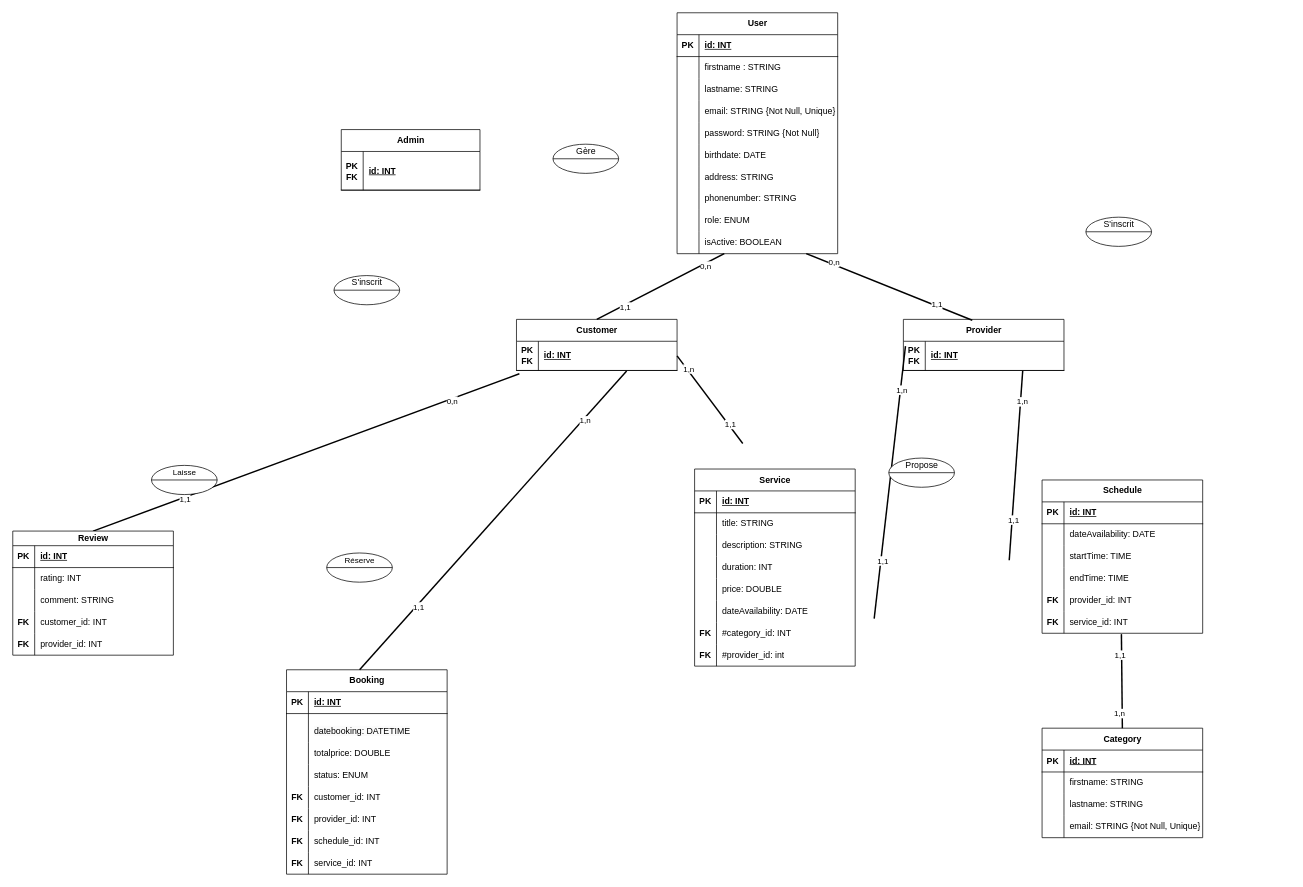
Before: BB_diagrams_entite.drawio in Steony/BeautyBookerApp, a draw.io diagram. Source tidied: cells renumbered, new cells numbered last; positions are measured from the earlier drawing's top-left corner, leaving out a move shared by most shapes. Both pictures are drawn from the tidied source at 73%, with x=0, y=0 at pixel (12, 12).
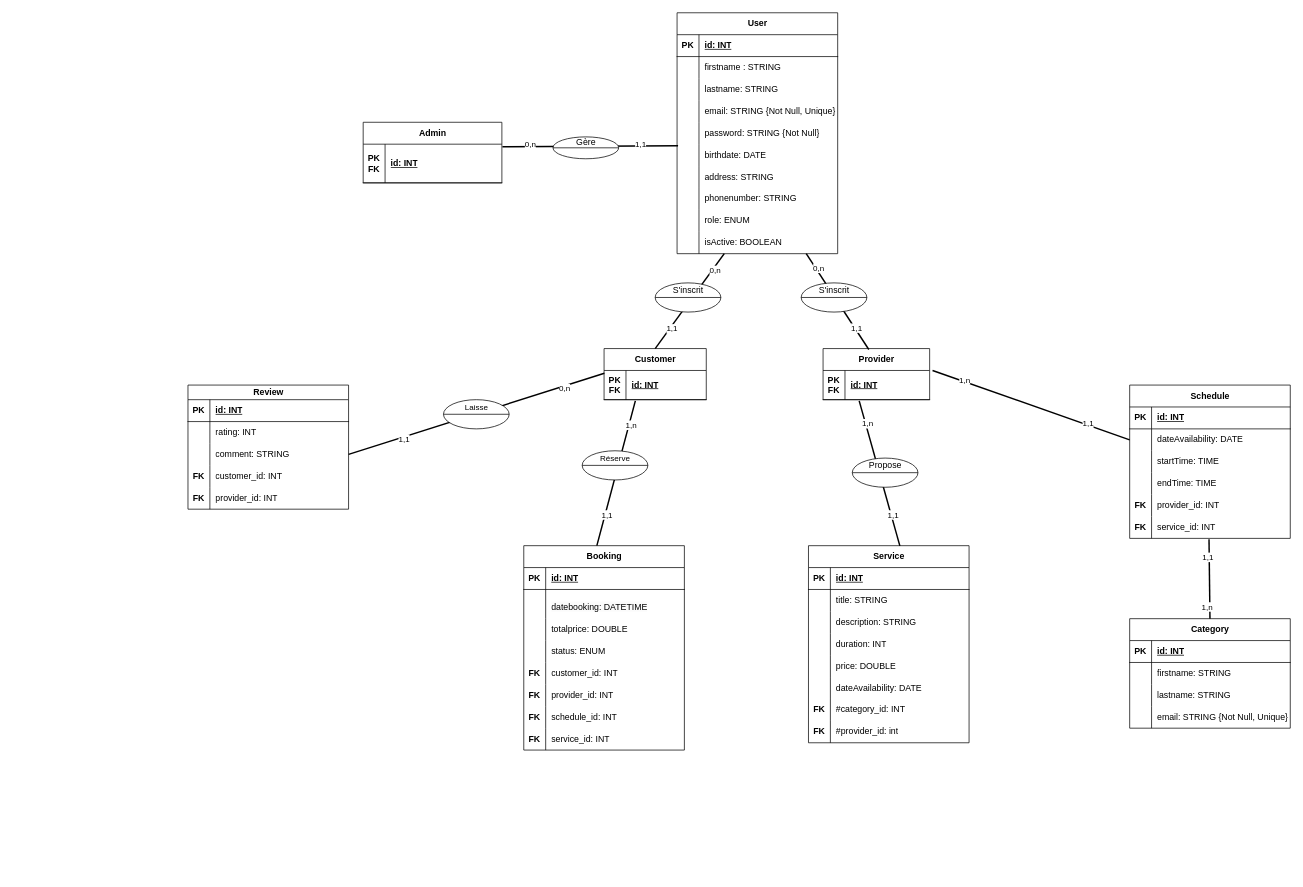
The same diagram, later.

Commit message (it also covers changes not shown here):
Mettre à jour BB_diagrams_entite.drawio

The change refers to these unchanged cells:
```xml
<mxCell id="15" style="shape=tableRow;horizontal=0;startSize=0;swimlaneHead=0;swimlaneBody=0;fillColor=none;points=[[0,0.5],[1,0.5]];portConstraint=eastwest;top=0;left=0;right=0;bottom=0;" parent="2" vertex="1">
  <mxGeometry y="150" width="220" height="30" as="geometry" />
</mxCell>
<mxCell id="42" style="shape=tableRow;horizontal=0;startSize=0;swimlaneHead=0;swimlaneBody=0;fillColor=none;points=[[0,0.5],[1,0.5]];portConstraint=eastwest;top=0;left=0;right=0;bottom=1;" parent="41" vertex="1">
  <mxGeometry y="30" width="190" height="53" as="geometry" />
</mxCell>
<mxCell id="59" value="Booking" style="shape=table;startSize=30;childLayout=tableLayout;rowLines=0;fontStyle=1;align=center;html=1;" parent="58" vertex="1">
  <mxGeometry width="220" height="280" as="geometry" />
</mxCell>
<mxCell id="89" value="Service" style="shape=table;startSize=30;childLayout=tableLayout;rowLines=0;fontStyle=1;align=center;html=1;" parent="88" vertex="1">
  <mxGeometry width="220" height="270" as="geometry" />
</mxCell>
<mxCell id="156" value="Review" style="shape=table;startSize=20;childLayout=tableLayout;rowLines=0;fontStyle=1;align=center;html=1;" parent="152" vertex="1">
  <mxGeometry width="220" height="170" as="geometry" />
</mxCell>
<mxCell id="163" style="shape=tableRow;horizontal=0;startSize=0;swimlaneHead=0;swimlaneBody=0;fillColor=none;points=[[0,0.5],[1,0.5]];portConstraint=eastwest;top=0;left=0;right=0;bottom=0;" parent="156" vertex="1">
  <mxGeometry y="80" width="220" height="30" as="geometry" />
</mxCell>
<mxCell id="183" style="shape=tableRow;horizontal=0;startSize=0;swimlaneHead=0;swimlaneBody=0;fillColor=none;points=[[0,0.5],[1,0.5]];portConstraint=eastwest;top=0;left=0;right=0;bottom=0;" parent="179" vertex="1">
  <mxGeometry y="60" width="220" height="30" as="geometry" />
</mxCell>
```

Diff of the diagram source:
```diff
@@
     <mxCell id="33" value="Customer" style="shape=table;startSize=30;childLayout=tableLayout;rowLines=0;fontStyle=1;align=center;html=1;" parent="1" vertex="1">
-      <mxGeometry x="690" y="420" width="220" height="70" as="geometry" />
+      <mxGeometry x="810" y="460" width="140" height="70" as="geometry" />
     </mxCell>
     <mxCell id="34" style="shape=tableRow;horizontal=0;startSize=0;swimlaneHead=0;swimlaneBody=0;fillColor=none;points=[[0,0.5],[1,0.5]];portConstraint=eastwest;top=0;left=0;right=0;bottom=1;" parent="33" vertex="1">
-      <mxGeometry y="30" width="220" height="40" as="geometry" />
+      <mxGeometry y="30" width="140" height="40" as="geometry" />
     </mxCell>
@@
     <mxCell id="36" value="id: INT" style="shape=partialRectangle;fillColor=none;top=0;left=0;bottom=0;right=0;align=left;spacingLeft=6;fontStyle=5;overflow=hidden;whiteSpace=wrap;html=1;" parent="34" vertex="1">
-      <mxGeometry x="30" width="190" height="40" as="geometry" />
+      <mxGeometry x="30" width="110" height="40" as="geometry" />
     </mxCell>
     <mxCell id="37" value="Provider" style="shape=table;startSize=30;childLayout=tableLayout;rowLines=0;fontStyle=1;align=center;html=1;" parent="1" vertex="1">
-      <mxGeometry x="1220" y="420" width="220" height="70" as="geometry" />
+      <mxGeometry x="1110" y="460" width="146" height="70" as="geometry" />
     </mxCell>
     <mxCell id="38" style="shape=tableRow;horizontal=0;startSize=0;swimlaneHead=0;swimlaneBody=0;fillColor=none;points=[[0,0.5],[1,0.5]];portConstraint=eastwest;top=0;left=0;right=0;bottom=1;" parent="37" vertex="1">
-      <mxGeometry y="30" width="220" height="40" as="geometry" />
+      <mxGeometry y="30" width="146" height="40" as="geometry" />
     </mxCell>
@@
     <mxCell id="40" value="id: INT" style="shape=partialRectangle;fillColor=none;top=0;left=0;bottom=0;right=0;align=left;spacingLeft=6;fontStyle=5;overflow=hidden;whiteSpace=wrap;html=1;" parent="38" vertex="1">
-      <mxGeometry x="30" width="190" height="40" as="geometry" />
+      <mxGeometry x="30" width="116" height="40" as="geometry" />
     </mxCell>
     <mxCell id="41" value="Admin" style="shape=table;startSize=30;childLayout=tableLayout;rowLines=0;fontStyle=1;align=center;html=1;" parent="1" vertex="1">
-      <mxGeometry x="450" y="160" width="190" height="83" as="geometry" />
+      <mxGeometry x="480" y="150" width="190" height="83" as="geometry" />
     </mxCell>
@@
     <mxCell id="45" value="Category" style="shape=table;startSize=30;childLayout=tableLayout;rowLines=0;fontStyle=1;align=center;html=1;" parent="1" vertex="1">
-      <mxGeometry x="1410" y="980" width="220" height="150" as="geometry" />
+      <mxGeometry x="1530" y="830" width="220" height="150" as="geometry" />
     </mxCell>
@@
     <mxCell id="58" style="group;" parent="1" vertex="1">
-      <mxGeometry x="375" y="900" width="220" height="280" as="geometry" />
+      <mxGeometry x="700" y="730" width="220" height="280" as="geometry" />
     </mxCell>
@@
     <mxCell id="88" style="group;" parent="1" vertex="1">
-      <mxGeometry x="934" y="625" width="220" height="270" as="geometry" />
+      <mxGeometry x="1090" y="730" width="220" height="270" as="geometry" />
     </mxCell>
@@
-    <mxCell id="116" style="endArrow=none;html=1;rounded=0;exitX=0.018;exitY=1.112;exitDx=0;exitDy=0;exitPerimeter=0;strokeWidth=2;entryX=0.5;entryY=0;entryDx=0;entryDy=0;" parent="1" edge="1" source="34" target="156">
+    <mxCell id="116" style="endArrow=none;html=1;rounded=0;exitX=0.003;exitY=0.093;exitDx=0;exitDy=0;exitPerimeter=0;strokeWidth=2;entryX=1;entryY=0.5;entryDx=0;entryDy=0;" parent="1" edge="1" source="34" target="163">
       <mxGeometry relative="1" as="geometry" />
     </mxCell>
@@
     <mxCell id="119" style="group;" parent="1" vertex="1">
-      <mxGeometry x="190" y="620" width="90" height="40" as="geometry" />
+      <mxGeometry x="590" y="530" width="90" height="40" as="geometry" />
     </mxCell>
@@
-    <mxCell id="122" style="endArrow=none;html=1;rounded=0;exitX=0.686;exitY=1.019;exitDx=0;exitDy=0;exitPerimeter=0;strokeWidth=2;entryX=0.455;entryY=0;entryDx=0;entryDy=0;entryPerimeter=0;" parent="1" edge="1" source="34" target="59">
+    <mxCell id="122" style="endArrow=none;html=1;rounded=0;exitX=0.306;exitY=1.042;exitDx=0;exitDy=0;exitPerimeter=0;strokeWidth=2;entryX=0.455;entryY=0;entryDx=0;entryDy=0;entryPerimeter=0;" parent="1" edge="1" source="34" target="59">
       <mxGeometry relative="1" as="geometry" />
     </mxCell>
@@
     <mxCell id="125" style="group;" parent="1" vertex="1">
-      <mxGeometry x="430" y="740" width="90" height="40" as="geometry" />
+      <mxGeometry x="780" y="600" width="90" height="40" as="geometry" />
     </mxCell>
@@
-    <mxCell id="128" style="endArrow=none;html=1;rounded=0;exitX=1;exitY=0.5;exitDx=0;exitDy=0;strokeWidth=2;" parent="1" edge="1" source="34">
-      <mxGeometry relative="1" as="geometry">
-        <mxPoint x="1000" y="590" as="targetPoint" />
-      </mxGeometry>
-    </mxCell>
-    <mxCell id="129" value="1,n" style="edgeLabel;html=1;align=center;verticalAlign=middle;" parent="128" vertex="1">
-      <mxGeometry x="-0.68" y="3" relative="1" as="geometry">
-        <mxPoint x="-1" as="offset" />
-      </mxGeometry>
-    </mxCell>
-    <mxCell id="130" value="1,1" style="edgeLabel;html=1;align=center;verticalAlign=middle;" parent="128" vertex="1">
-      <mxGeometry x="0.57" y="2" relative="1" as="geometry" />
-    </mxCell>
-    <mxCell id="131" style="group;" parent="1" vertex="1">
-      <mxGeometry x="740" y="180" width="90" height="40" as="geometry" />
-    </mxCell>
-    <mxCell id="132" style="shape=lineEllipse;perimeter=ellipsePerimeter;whiteSpace=wrap;html=1;backgroundOutline=1;" parent="131" vertex="1">
-      <mxGeometry width="90" height="40" as="geometry" />
-    </mxCell>
-    <mxCell id="133" value="Gère" style="text;html=1;align=center;verticalAlign=middle;whiteSpace=wrap;rounded=0;" parent="131" vertex="1">
-      <mxGeometry x="17.5" width="55" height="20" as="geometry" />
-    </mxCell>
-    <mxCell id="134" style="endArrow=none;html=1;rounded=0;strokeWidth=2;exitX=0.013;exitY=0.168;exitDx=0;exitDy=0;exitPerimeter=0;" parent="1" edge="1" source="38">
-      <mxGeometry relative="1" as="geometry">
-        <mxPoint x="1180" y="830" as="targetPoint" />
-      </mxGeometry>
+    <mxCell id="134" style="endArrow=none;html=1;rounded=0;strokeWidth=2;exitX=0.339;exitY=1.04;exitDx=0;exitDy=0;exitPerimeter=0;entryX=0.569;entryY=0.001;entryDx=0;entryDy=0;entryPerimeter=0;" parent="1" edge="1" source="38" target="89">
+      <mxGeometry relative="1" as="geometry" />
     </mxCell>
@@
     <mxCell id="143" style="group;" parent="1" vertex="1">
-      <mxGeometry x="440" y="360" width="90" height="40" as="geometry" />
+      <mxGeometry x="880" y="370" width="90" height="40" as="geometry" />
     </mxCell>
@@
     <mxCell id="146" style="group;" parent="1" vertex="1">
-      <mxGeometry x="1470" y="280" width="90" height="40" as="geometry" />
+      <mxGeometry x="1080" y="370" width="90" height="40" as="geometry" />
     </mxCell>
@@
     <mxCell id="149" style="group;" parent="1" vertex="1">
-      <mxGeometry x="1200" y="610" width="90" height="40" as="geometry" />
+      <mxGeometry x="1150" y="610" width="90" height="40" as="geometry" />
     </mxCell>
@@
     <mxCell id="152" style="group;" parent="1" vertex="1">
-      <mxGeometry y="710" width="220" height="170" as="geometry" />
+      <mxGeometry x="240" y="510" width="220" height="170" as="geometry" />
     </mxCell>
@@
     <mxCell id="175" style="group;" parent="1" vertex="1">
-      <mxGeometry x="1410" y="640" width="220" height="210" as="geometry" />
+      <mxGeometry x="1530" y="510" width="220" height="210" as="geometry" />
     </mxCell>
@@
-    <mxCell id="198" style="endArrow=none;html=1;rounded=0;strokeWidth=2;exitX=0.743;exitY=1.013;exitDx=0;exitDy=0;exitPerimeter=0;" parent="1" edge="1" source="38">
-      <mxGeometry relative="1" as="geometry">
-        <mxPoint x="1365" y="750" as="targetPoint" />
-      </mxGeometry>
+    <mxCell id="198" style="endArrow=none;html=1;rounded=0;strokeWidth=2;exitX=1.027;exitY=0;exitDx=0;exitDy=0;exitPerimeter=0;entryX=0;entryY=0.5;entryDx=0;entryDy=0;" parent="1" edge="1" source="38" target="183">
+      <mxGeometry relative="1" as="geometry" />
     </mxCell>
@@
+    <mxCell id="201" style="endArrow=none;html=1;rounded=0;entryX=0.006;entryY=1.072;entryDx=0;entryDy=0;strokeWidth=2;exitX=1.004;exitY=0.067;exitDx=0;exitDy=0;exitPerimeter=0;entryPerimeter=0;" parent="1" edge="1" source="42" target="15">
+      <mxGeometry relative="1" as="geometry" />
+    </mxCell>
+    <mxCell id="202" value="0,n" style="edgeLabel;html=1;align=center;verticalAlign=middle;" parent="201" vertex="1">
+      <mxGeometry x="-0.68" y="3" relative="1" as="geometry" />
+    </mxCell>
+    <mxCell id="130" value="1,1" style="edgeLabel;html=1;align=center;verticalAlign=middle;" parent="201" vertex="1">
+      <mxGeometry x="0.57" y="2" relative="1" as="geometry" />
+    </mxCell>
+    <mxCell id="131" style="group;" parent="1" vertex="1">
+      <mxGeometry x="740" y="170" width="90" height="30" as="geometry" />
+    </mxCell>
+    <mxCell id="132" style="shape=lineEllipse;perimeter=ellipsePerimeter;whiteSpace=wrap;html=1;backgroundOutline=1;" parent="131" vertex="1">
+      <mxGeometry width="90" height="30" as="geometry" />
+    </mxCell>
+    <mxCell id="133" value="Gère" style="text;html=1;align=center;verticalAlign=middle;whiteSpace=wrap;rounded=0;" parent="131" vertex="1">
+      <mxGeometry x="17.5" width="55" height="15" as="geometry" />
+    </mxCell>
```
